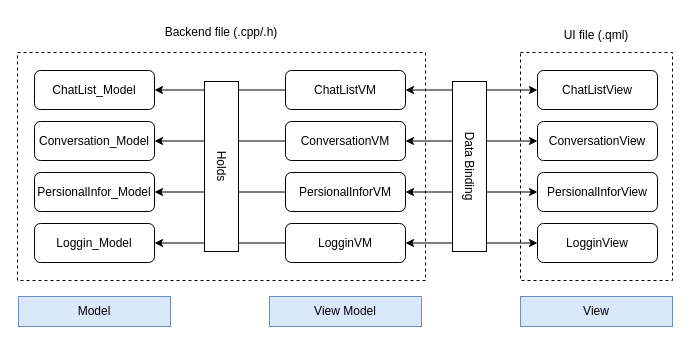
Earlier version of the draw.io diagram page "Trang-1" (1 of 2) of classDiagram.drawio (josh-nguyen-emage/fe-chat-app-ktpm-hk2-2024). Source tidied: cells renumbered, new cells numbered last; positions are measured from the earlier drawing's top-left corner, leaving out a move shared by most shapes. Both pictures are drawn from the tidied source at 100%, with x=0, y=0 at pixel (17, 17).
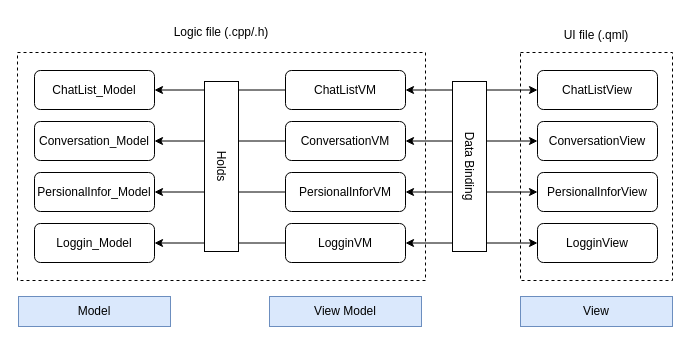
Above is the later version.

Change to the diagram source:
```diff
@@
-    <mxCell id="25" value="Backend file (.cpp/.h)" style="text;html=1;align=center;verticalAlign=middle;whiteSpace=wrap;rounded=0;" parent="1" vertex="1">
+    <mxCell id="25" value="Logic file (.cpp/.h)" style="text;html=1;align=center;verticalAlign=middle;whiteSpace=wrap;rounded=0;" parent="1" vertex="1">
       <mxGeometry x="128" width="152" height="30" as="geometry" />
     </mxCell>
```
